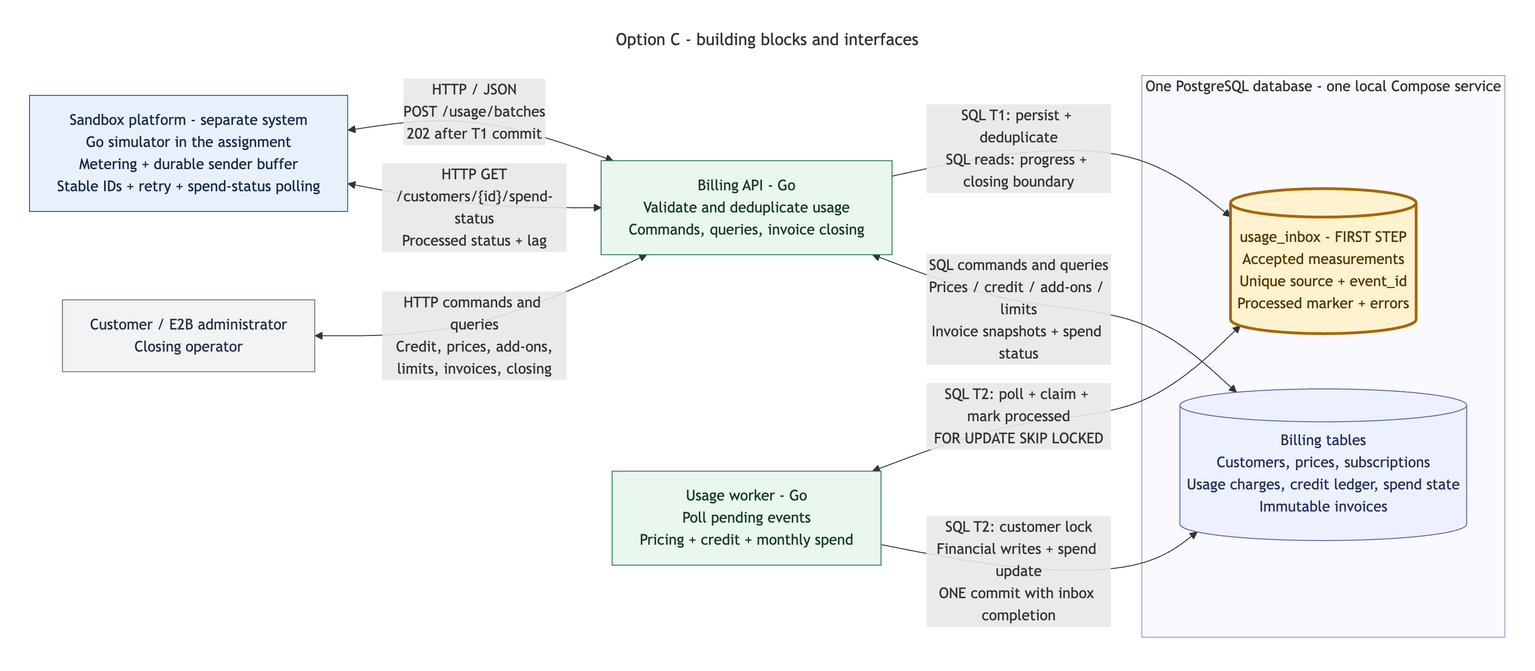
Before: docs/diagrams/option-c-components/option-c-components.png, a diagram exported from Mermaid (pupitooo/e2b-billing-api). Its source is kept beside it as docs/diagrams/option-c-components/option-c-components.mmd.
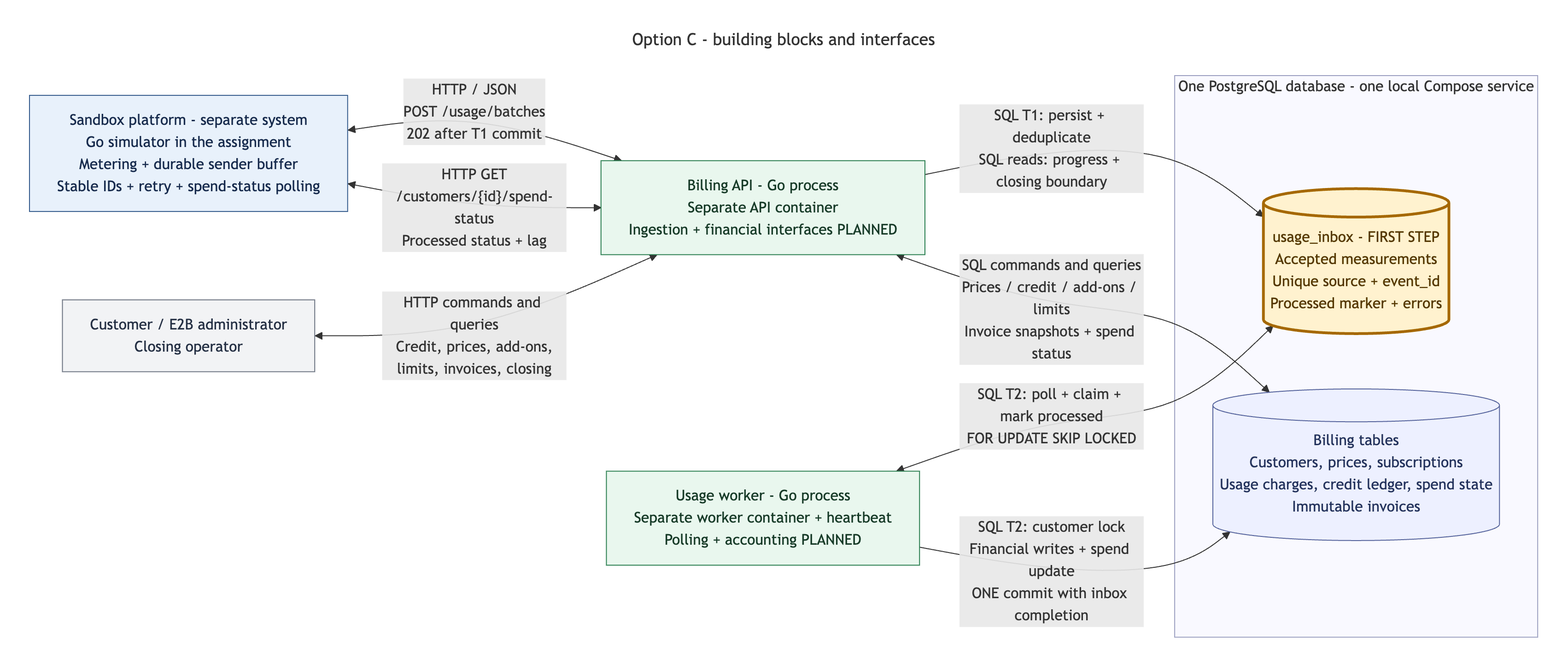
The same diagram one commit later.

Change to the diagram source:
```diff
@@ -10,8 +10,8 @@
 flowchart LR
     platform["Sandbox platform - separate system<br/>Go simulator in the assignment<br/>Metering + durable sender buffer<br/>Stable IDs + retry + spend-status polling"]
     callers["Customer / E2B administrator<br/>Closing operator"]
-    api["Billing API - Go<br/>Validate and deduplicate usage<br/>Commands, queries, invoice closing"]
-    worker["Usage worker - Go<br/>Poll pending events<br/>Pricing + credit + monthly spend"]
+    api["Billing API - Go process<br/>Separate API container<br/>Ingestion + financial interfaces PLANNED"]
+    worker["Usage worker - Go process<br/>Separate worker container + heartbeat<br/>Polling + accounting PLANNED"]
 
     subgraph database["One PostgreSQL database - one local Compose service"]
         inbox[("usage_inbox - FIRST STEP<br/>Accepted measurements<br/>Unique source + event_id<br/>Processed marker + errors")]
```
